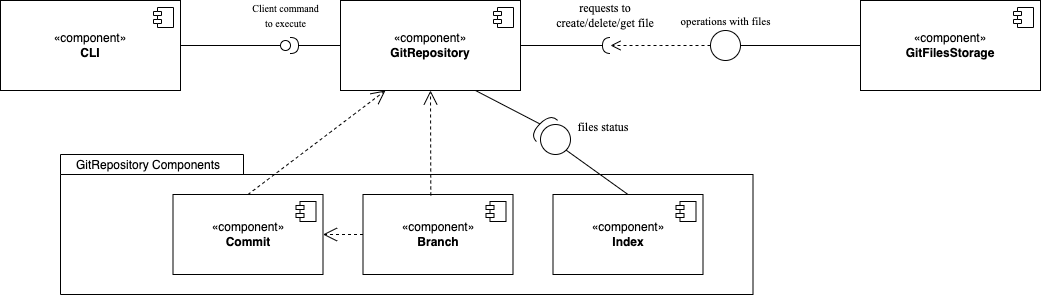
Earlier version of the draw.io export images/GIT-component-diagram.png (alexbuyan/HW_SD). Source tidied: cells renumbered, new cells last; positions are measured from the earlier drawing's top-left corner, leaving out a move shared by most shapes. Source of this version:
```xml
<mxGraphModel>
  <root>
    <mxCell id="0" />
    <mxCell id="1" parent="0" />
    <mxCell id="2" value="«component»&lt;br&gt;&lt;b&gt;CLI&lt;/b&gt;" style="html=1;whiteSpace=wrap;" parent="1" vertex="1">
      <mxGeometry width="180" height="90" as="geometry" />
    </mxCell>
    <mxCell id="3" style="shape=module;jettyWidth=8;jettyHeight=4;" parent="2" vertex="1">
      <mxGeometry x="1" width="20" height="20" relative="1" as="geometry">
        <mxPoint x="-27" y="7" as="offset" />
      </mxGeometry>
    </mxCell>
    <mxCell id="4" value="«component»&lt;br&gt;&lt;b&gt;GitRepository&lt;/b&gt;" style="html=1;whiteSpace=wrap;" parent="1" vertex="1">
      <mxGeometry x="340" width="180" height="90" as="geometry" />
    </mxCell>
    <mxCell id="5" style="shape=module;jettyWidth=8;jettyHeight=4;" parent="4" vertex="1">
      <mxGeometry x="1" width="20" height="20" relative="1" as="geometry">
        <mxPoint x="-27" y="7" as="offset" />
      </mxGeometry>
    </mxCell>
    <mxCell id="6" style="rounded=0;jettySize=auto;html=1;endArrow=none;endFill=0;sketch=0;sourcePerimeterSpacing=0;targetPerimeterSpacing=0;exitX=1;exitY=0.5;exitDx=0;exitDy=0;" parent="1" edge="1" source="2" target="8">
      <mxGeometry relative="1" as="geometry" />
    </mxCell>
    <mxCell id="7" style="rounded=0;jettySize=auto;html=1;endArrow=halfCircle;endFill=0;endSize=6;strokeWidth=1;sketch=0;exitX=0;exitY=0.5;exitDx=0;exitDy=0;" parent="1" edge="1" source="4" target="8">
      <mxGeometry relative="1" as="geometry" />
    </mxCell>
    <mxCell id="8" style="ellipse;whiteSpace=wrap;html=1;align=center;points=[];outlineConnect=0;sketch=0;" parent="1" vertex="1">
      <mxGeometry x="280" y="40" width="10" height="10" as="geometry" />
    </mxCell>
    <mxCell id="9" value="&lt;font face=&quot;Times New Roman&quot; style=&quot;font-size: 10px;&quot;&gt;Client command to execute&lt;/font&gt;" style="text;html=1;strokeColor=none;fillColor=none;align=center;verticalAlign=middle;whiteSpace=wrap;rounded=0;" parent="1" vertex="1">
      <mxGeometry x="247.5" width="75" height="30" as="geometry" />
    </mxCell>
    <mxCell id="10" value="«component»&lt;br&gt;&lt;b&gt;GitFilesStorage&lt;/b&gt;" style="html=1;whiteSpace=wrap;" parent="1" vertex="1">
      <mxGeometry x="860" width="180" height="90" as="geometry" />
    </mxCell>
    <mxCell id="11" style="shape=module;jettyWidth=8;jettyHeight=4;" parent="10" vertex="1">
      <mxGeometry x="1" width="20" height="20" relative="1" as="geometry">
        <mxPoint x="-27" y="7" as="offset" />
      </mxGeometry>
    </mxCell>
    <mxCell id="12" value="&lt;font face=&quot;Times New Roman&quot;&gt;operations with files&lt;/font&gt;" style="html=1;verticalAlign=bottom;endArrow=open;dashed=1;endSize=8;edgeStyle=elbowEdgeStyle;elbow=horizontal;curved=0;rounded=0;exitX=0;exitY=0.5;exitDx=0;exitDy=0;" parent="1" edge="1" source="13">
      <mxGeometry x="-1" y="-21" relative="1" as="geometry">
        <mxPoint x="610" y="45" as="targetPoint" />
        <mxPoint x="15" y="6" as="offset" />
      </mxGeometry>
    </mxCell>
    <mxCell id="13" style="ellipse;whiteSpace=wrap;html=1;" parent="1" vertex="1">
      <mxGeometry x="710" y="30" width="30" height="30" as="geometry" />
    </mxCell>
    <mxCell id="14" style="rounded=0;jettySize=auto;html=1;endArrow=halfCircle;endFill=0;endSize=6;strokeWidth=1;sketch=0;exitX=1;exitY=0.5;exitDx=0;exitDy=0;" parent="1" edge="1" source="4">
      <mxGeometry relative="1" as="geometry">
        <mxPoint x="610" y="45" as="targetPoint" />
      </mxGeometry>
    </mxCell>
    <mxCell id="15" style="endArrow=none;html=1;rounded=0;entryX=0;entryY=0.5;entryDx=0;entryDy=0;exitX=1;exitY=0.5;exitDx=0;exitDy=0;" parent="1" edge="1" source="13" target="10">
      <mxGeometry relative="1" as="geometry" />
    </mxCell>
    <mxCell id="16" value="&lt;font face=&quot;Times New Roman&quot;&gt;requests to create/delete/get file&lt;/font&gt;" style="text;html=1;strokeColor=none;fillColor=none;align=center;verticalAlign=middle;whiteSpace=wrap;rounded=0;" parent="1" vertex="1">
      <mxGeometry x="550" width="110" height="30" as="geometry" />
    </mxCell>
    <mxCell id="17" style="shape=folder;fontStyle=1;spacingTop=10;tabWidth=183;tabHeight=20;tabPosition=left;html=1;whiteSpace=wrap;" parent="1" vertex="1">
      <mxGeometry x="60" y="154" width="692.5" height="140" as="geometry" />
    </mxCell>
    <mxCell id="18" value="«component»&lt;br&gt;&lt;b&gt;Commit&lt;/b&gt;" style="html=1;whiteSpace=wrap;" parent="1" vertex="1">
      <mxGeometry x="172.5" y="194" width="150" height="80" as="geometry" />
    </mxCell>
    <mxCell id="19" style="shape=module;jettyWidth=8;jettyHeight=4;" parent="18" vertex="1">
      <mxGeometry x="1" width="20" height="20" relative="1" as="geometry">
        <mxPoint x="-27" y="7" as="offset" />
      </mxGeometry>
    </mxCell>
    <mxCell id="20" value="«component»&lt;br&gt;&lt;b&gt;Branch&lt;/b&gt;" style="html=1;whiteSpace=wrap;" parent="1" vertex="1">
      <mxGeometry x="362.5" y="194" width="150" height="80" as="geometry" />
    </mxCell>
    <mxCell id="21" style="shape=module;jettyWidth=8;jettyHeight=4;" parent="20" vertex="1">
      <mxGeometry x="1" width="20" height="20" relative="1" as="geometry">
        <mxPoint x="-27" y="7" as="offset" />
      </mxGeometry>
    </mxCell>
    <mxCell id="22" value="«component»&lt;br&gt;&lt;b&gt;Index&lt;/b&gt;" style="html=1;whiteSpace=wrap;" parent="1" vertex="1">
      <mxGeometry x="552.5" y="194" width="150" height="80" as="geometry" />
    </mxCell>
    <mxCell id="23" style="shape=module;jettyWidth=8;jettyHeight=4;" parent="22" vertex="1">
      <mxGeometry x="1" width="20" height="20" relative="1" as="geometry">
        <mxPoint x="-27" y="7" as="offset" />
      </mxGeometry>
    </mxCell>
    <mxCell id="24" value="GitRepository Components" style="text;html=1;strokeColor=none;fillColor=none;align=center;verticalAlign=middle;whiteSpace=wrap;rounded=0;" parent="1" vertex="1">
      <mxGeometry x="72.5" y="150" width="150" height="30" as="geometry" />
    </mxCell>
    <mxCell id="25" style="endArrow=open;endSize=12;dashed=1;html=1;rounded=0;entryX=0.25;entryY=1;entryDx=0;entryDy=0;exitX=0.5;exitY=0;exitDx=0;exitDy=0;" parent="1" edge="1" source="18" target="4">
      <mxGeometry relative="1" as="geometry" />
    </mxCell>
    <mxCell id="26" style="endArrow=open;endSize=12;dashed=1;html=1;rounded=0;entryX=0.5;entryY=1;entryDx=0;entryDy=0;exitX=0.452;exitY=0.012;exitDx=0;exitDy=0;exitPerimeter=0;" parent="1" edge="1" source="20" target="4">
      <mxGeometry relative="1" as="geometry" />
    </mxCell>
    <mxCell id="27" style="ellipse;whiteSpace=wrap;html=1;" parent="1" vertex="1">
      <mxGeometry x="540" y="124" width="30" height="30" as="geometry" />
    </mxCell>
    <mxCell id="28" value="&lt;font face=&quot;Times New Roman&quot;&gt;files status&lt;/font&gt;" style="text;html=1;strokeColor=none;fillColor=none;align=center;verticalAlign=middle;whiteSpace=wrap;rounded=0;" parent="1" vertex="1">
      <mxGeometry x="548" y="112" width="110" height="30" as="geometry" />
    </mxCell>
    <mxCell id="29" style="endArrow=none;html=1;rounded=0;entryX=1;entryY=1;entryDx=0;entryDy=0;exitX=0.5;exitY=0;exitDx=0;exitDy=0;" parent="1" edge="1" source="22" target="27">
      <mxGeometry relative="1" as="geometry" />
    </mxCell>
    <mxCell id="30" style="shape=requiredInterface;html=1;verticalLabelPosition=bottom;sketch=0;rotation=-135;" parent="1" vertex="1">
      <mxGeometry x="538" y="112" width="10" height="30" as="geometry" />
    </mxCell>
    <mxCell id="31" style="endArrow=none;html=1;rounded=0;entryX=1;entryY=0.5;entryDx=0;entryDy=0;entryPerimeter=0;exitX=0.75;exitY=1;exitDx=0;exitDy=0;" parent="1" edge="1" source="4" target="30">
      <mxGeometry relative="1" as="geometry" />
    </mxCell>
    <mxCell id="32" style="endArrow=open;endSize=12;dashed=1;html=1;rounded=0;entryX=1;entryY=0.5;entryDx=0;entryDy=0;exitX=0;exitY=0.5;exitDx=0;exitDy=0;" parent="1" edge="1" source="20" target="18">
      <mxGeometry relative="1" as="geometry" />
    </mxCell>
  </root>
</mxGraphModel>
```
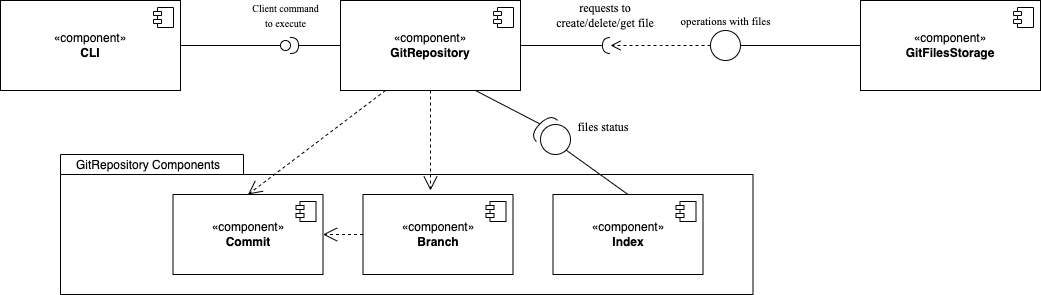
The same diagram one commit later.

Commit message:
update diagram of components

Diff of the diagram source:
```diff
@@ -88,11 +88,13 @@
     <mxCell id="24" value="GitRepository Components" style="text;html=1;strokeColor=none;fillColor=none;align=center;verticalAlign=middle;whiteSpace=wrap;rounded=0;" parent="1" vertex="1">
       <mxGeometry x="72.5" y="150" width="150" height="30" as="geometry" />
     </mxCell>
-    <mxCell id="25" style="endArrow=open;endSize=12;dashed=1;html=1;rounded=0;entryX=0.25;entryY=1;entryDx=0;entryDy=0;exitX=0.5;exitY=0;exitDx=0;exitDy=0;" parent="1" edge="1" source="18" target="4">
+    <mxCell id="25" style="endArrow=open;endSize=12;dashed=1;html=1;rounded=0;entryX=0.5;entryY=0;entryDx=0;entryDy=0;exitX=0.25;exitY=1;exitDx=0;exitDy=0;" parent="1" edge="1" source="4" target="18">
       <mxGeometry relative="1" as="geometry" />
     </mxCell>
-    <mxCell id="26" style="endArrow=open;endSize=12;dashed=1;html=1;rounded=0;entryX=0.5;entryY=1;entryDx=0;entryDy=0;exitX=0.452;exitY=0.012;exitDx=0;exitDy=0;exitPerimeter=0;" parent="1" edge="1" source="20" target="4">
-      <mxGeometry relative="1" as="geometry" />
+    <mxCell id="26" style="endArrow=open;endSize=12;dashed=1;html=1;rounded=0;exitX=0.5;exitY=1;exitDx=0;exitDy=0;" parent="1" edge="1" source="4">
+      <mxGeometry relative="1" as="geometry">
+        <mxPoint x="430" y="190" as="targetPoint" />
+      </mxGeometry>
     </mxCell>
     <mxCell id="27" style="ellipse;whiteSpace=wrap;html=1;" parent="1" vertex="1">
       <mxGeometry x="540" y="124" width="30" height="30" as="geometry" />
```
